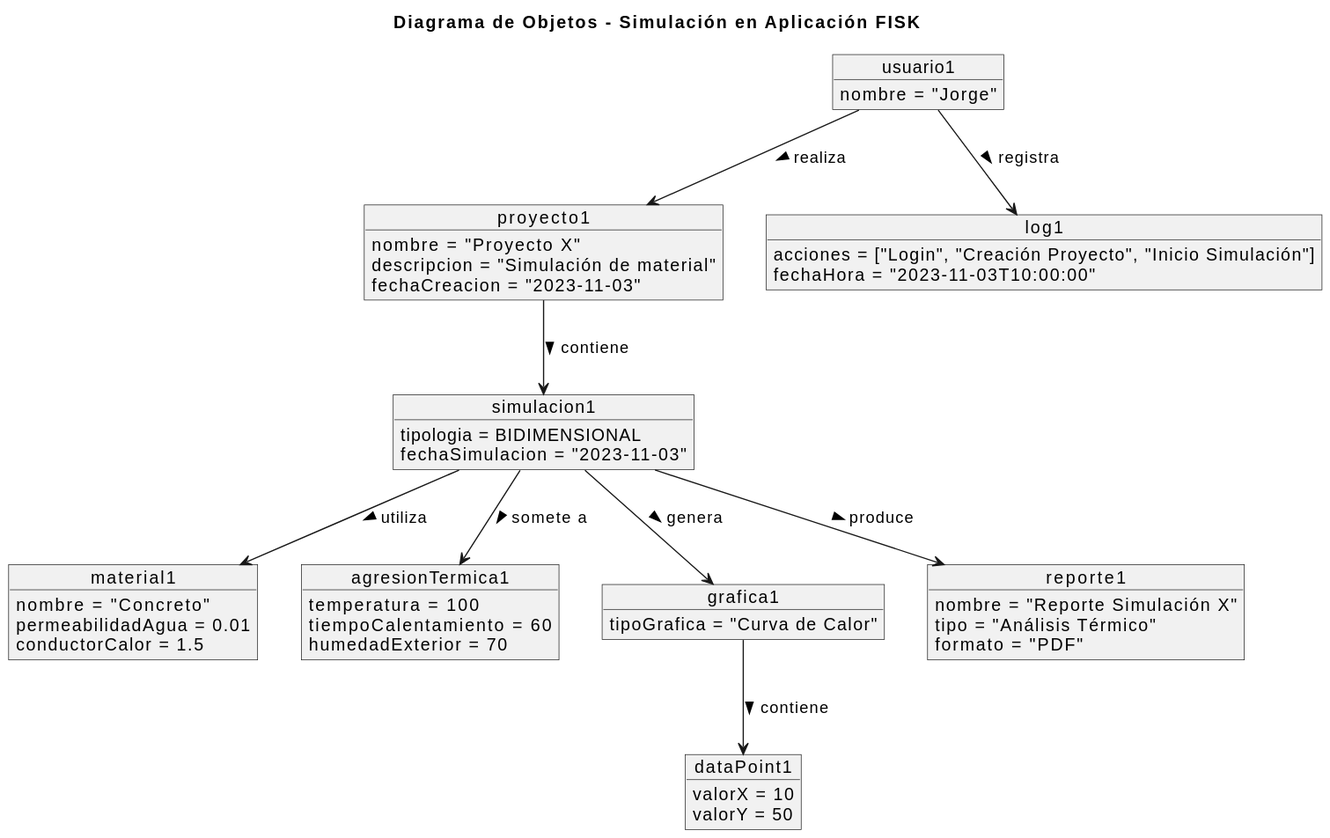
This is imagenes/modelosUML/diagramaObjetos.svg from mmasias/23-24-IdSw1-SDR, a PlantUML export, as it was before one commit. The source it was exported from:
```plantuml
@startuml
title Diagrama de Objetos - Simulación en Aplicación FISK

object usuario1 {
    nombre = "Jorge"
}

object proyecto1 {
    nombre = "Proyecto X"
    descripcion = "Simulación de material"
    fechaCreacion = "2023-11-03"
}

object simulacion1 {
    tipologia = BIDIMENSIONAL
    fechaSimulacion = "2023-11-03"
}

object material1 {
    nombre = "Concreto"
    permeabilidadAgua = 0.01
    conductorCalor = 1.5
}

object agresionTermica1 {
    temperatura = 100
    tiempoCalentamiento = 60
    humedadExterior = 70
}

object grafica1 {
    tipoGrafica = "Curva de Calor"
}

object dataPoint1 {
    valorX = 10
    valorY = 50
}

object log1 {
    acciones = ["Login", "Creación Proyecto", "Inicio Simulación"]
    fechaHora = "2023-11-03T10:00:00"
}

object reporte1 {
    nombre = "Reporte Simulación X"
    tipo = "Análisis Térmico"
    formato = "PDF"
}

usuario1 -down-> proyecto1 : "realiza >"
proyecto1 -down-> simulacion1 : "contiene >"
simulacion1 -down-> material1 : "utiliza >"
simulacion1 -down-> agresionTermica1 : "somete a >"
simulacion1 -down-> grafica1 : "genera >"
simulacion1 -down-> reporte1 : "produce >"
usuario1 -down-> log1 : "registra >"
grafica1 -down-> dataPoint1 : "contiene >"
@enduml
```
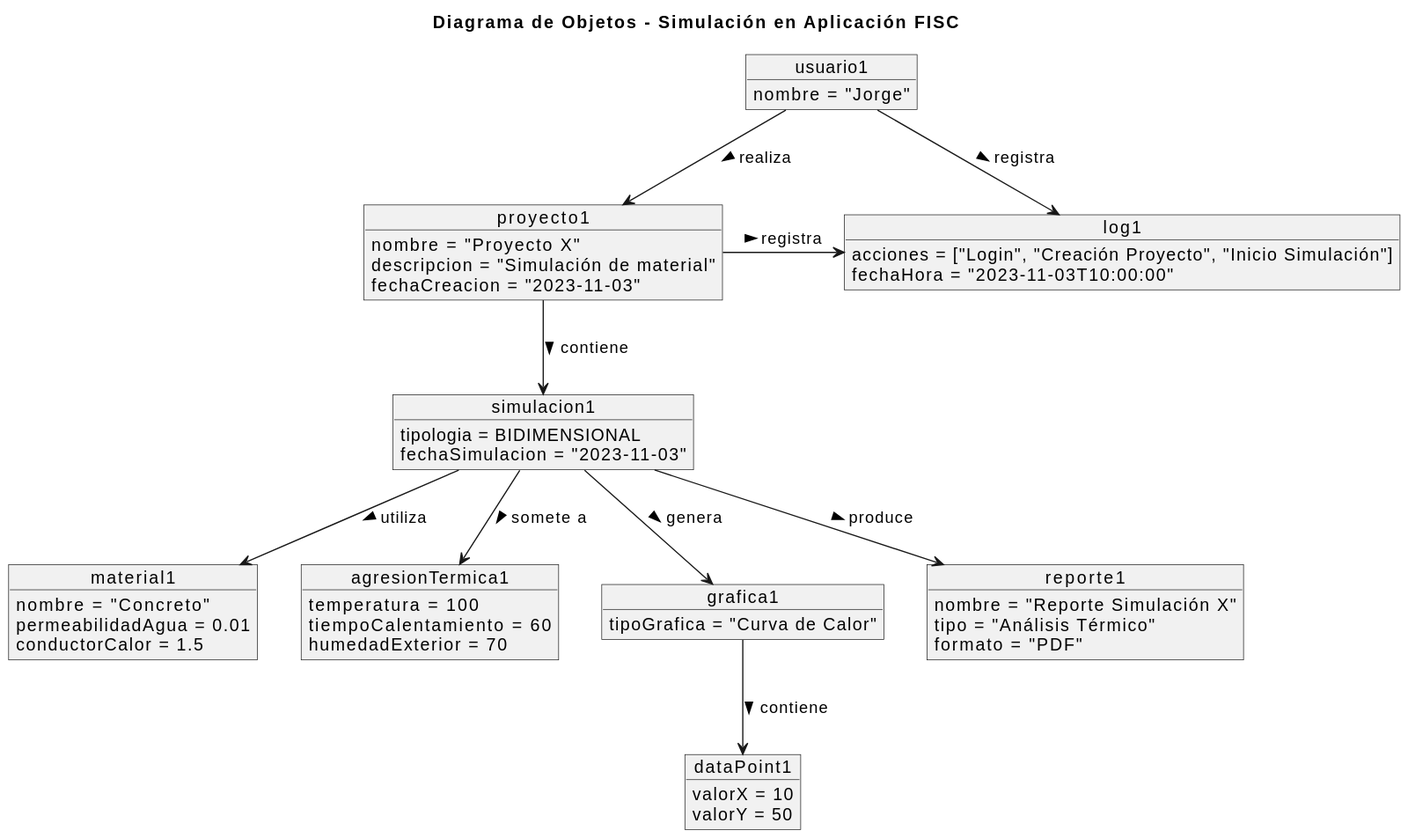
Above is the later version.

Commit message:
Modificación diagrama de Objetos

Diff of the diagram source:
```diff
@@ -1,5 +1,5 @@
 @startuml
-title Diagrama de Objetos - Simulación en Aplicación FISK
+title Diagrama de Objetos - Simulación en Aplicación FISC
 
 object usuario1 {
     nombre = "Jorge"
@@ -56,4 +56,5 @@
 simulacion1 -down-> reporte1 : "produce >"
 usuario1 -down-> log1 : "registra >"
 grafica1 -down-> dataPoint1 : "contiene >"
+proyecto1 -right-> log1 : "registra >"
 @enduml
```
